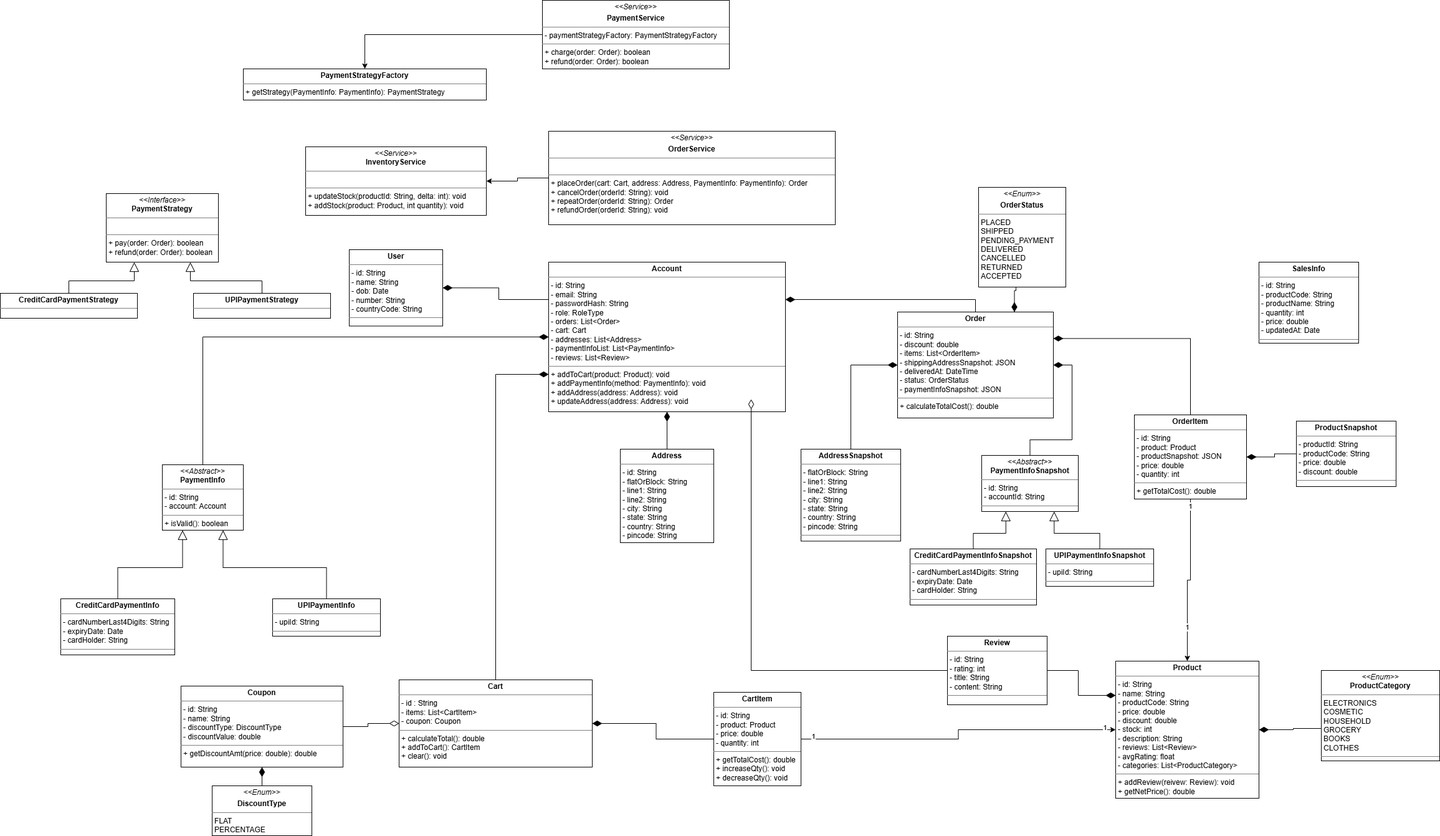
The draw.io diagram uml/class-diagram.png in Prateik-Lohani-07/buystuff, before a commit. Source tidied: cells renumbered, new cells last; positions are measured from the earlier drawing's top-left corner, leaving out a move shared by most shapes.
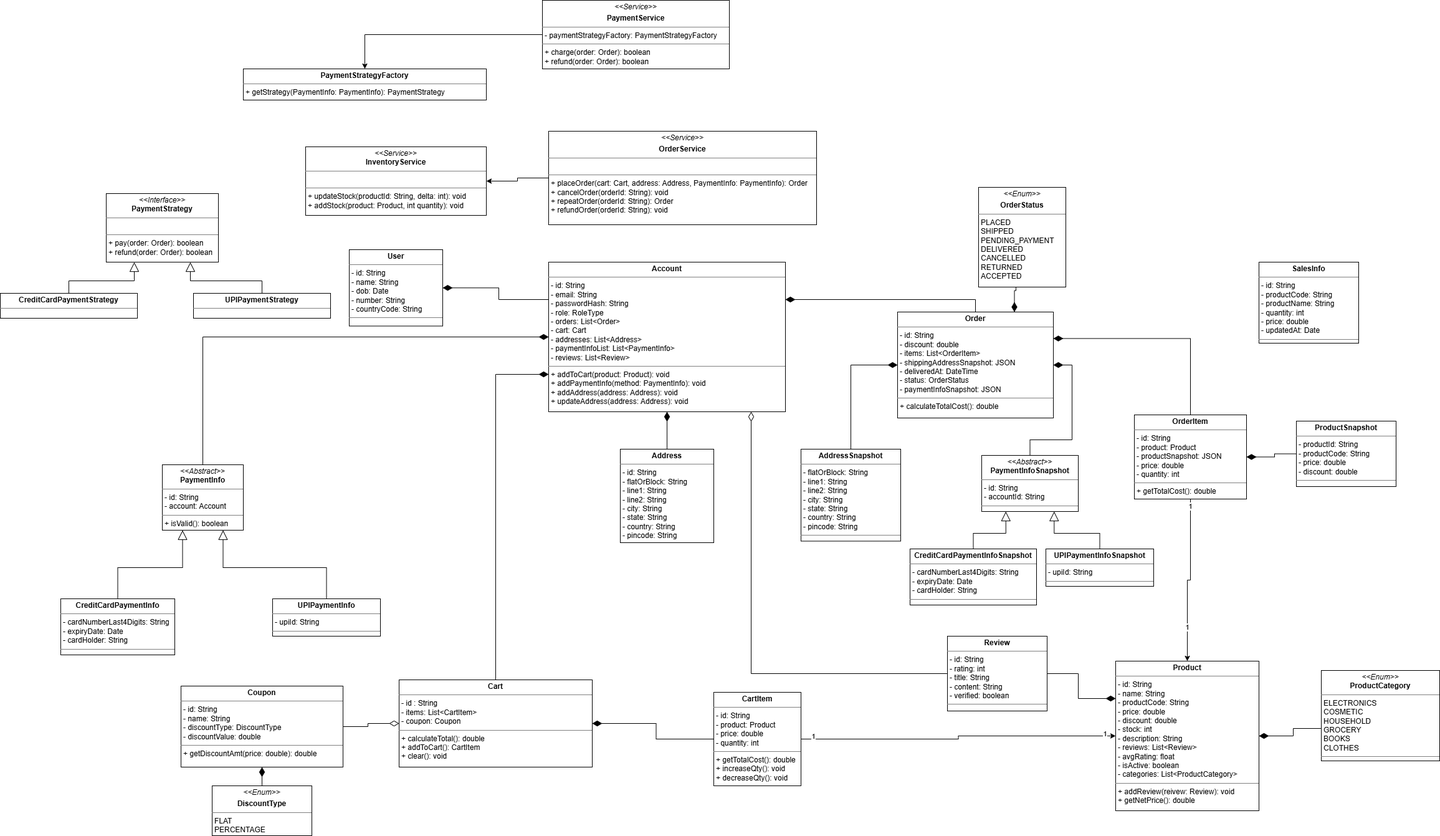
After the commit.

Commit message:
updated: data model and class diagram- added unique indices on category code and order item table

Change to the diagram source:
```diff
@@ -5,8 +5,8 @@
     <mxCell id="2" value="&lt;p style=&quot;margin:0px;margin-top:4px;text-align:center;&quot;&gt;&lt;b&gt;User&lt;/b&gt;&lt;/p&gt;&lt;hr size=&quot;1&quot; style=&quot;border-style:solid;&quot;&gt;&lt;p style=&quot;margin: 0px 0px 0px 4px;&quot;&gt;- id: String&lt;/p&gt;&lt;p style=&quot;margin: 0px 0px 0px 4px;&quot;&gt;- name: String&lt;/p&gt;&lt;p style=&quot;margin: 0px 0px 0px 4px;&quot;&gt;- dob: Date&lt;/p&gt;&lt;p style=&quot;margin: 0px 0px 0px 4px;&quot;&gt;- number: String&lt;/p&gt;&lt;p style=&quot;margin: 0px 0px 0px 4px;&quot;&gt;- countryCode: String&lt;/p&gt;&lt;hr size=&quot;1&quot; style=&quot;border-style:solid;&quot;&gt;&lt;p style=&quot;margin:0px;margin-left:4px;&quot;&gt;&lt;br&gt;&lt;/p&gt;" style="verticalAlign=top;align=left;overflow=fill;html=1;whiteSpace=wrap;" parent="1" vertex="1">
       <mxGeometry x="560" y="400" width="150" height="122.5" as="geometry" />
     </mxCell>
-    <mxCell id="3" value="&lt;p style=&quot;margin:0px;margin-top:4px;text-align:center;&quot;&gt;&lt;b&gt;Product&lt;/b&gt;&lt;/p&gt;&lt;hr size=&quot;1&quot; style=&quot;border-style:solid;&quot;&gt;&lt;p style=&quot;margin: 0px 0px 0px 4px;&quot;&gt;- id: String&lt;/p&gt;&lt;p style=&quot;margin: 0px 0px 0px 4px;&quot;&gt;- name: String&lt;/p&gt;&lt;p style=&quot;margin: 0px 0px 0px 4px;&quot;&gt;- productCode: String&lt;/p&gt;&lt;p style=&quot;margin: 0px 0px 0px 4px;&quot;&gt;- price: double&lt;/p&gt;&lt;p style=&quot;margin: 0px 0px 0px 4px;&quot;&gt;- discount: double&lt;/p&gt;&lt;p style=&quot;margin: 0px 0px 0px 4px;&quot;&gt;- stock: int&lt;/p&gt;&lt;p style=&quot;margin: 0px 0px 0px 4px;&quot;&gt;- description: String&lt;/p&gt;&lt;p style=&quot;margin: 0px 0px 0px 4px;&quot;&gt;- reviews: List&amp;lt;Review&amp;gt;&lt;/p&gt;&lt;p style=&quot;margin: 0px 0px 0px 4px;&quot;&gt;- avgRating: float&lt;/p&gt;&lt;p style=&quot;margin: 0px 0px 0px 4px;&quot;&gt;- categories: List&amp;lt;ProductCategory&amp;gt;&lt;/p&gt;&lt;hr size=&quot;1&quot; style=&quot;border-style:solid;&quot;&gt;&lt;p style=&quot;margin:0px;margin-left:4px;&quot;&gt;&lt;span style=&quot;background-color: transparent; color: light-dark(rgb(0, 0, 0), rgb(255, 255, 255));&quot;&gt;+ addReview(reivew: Review): void&lt;/span&gt;&lt;/p&gt;&lt;p style=&quot;margin:0px;margin-left:4px;&quot;&gt;+ getNetPrice(): double&lt;/p&gt;" style="verticalAlign=top;align=left;overflow=fill;html=1;whiteSpace=wrap;" parent="1" vertex="1">
-      <mxGeometry x="1790" y="1060" width="230" height="220" as="geometry" />
+    <mxCell id="3" value="&lt;p style=&quot;margin:0px;margin-top:4px;text-align:center;&quot;&gt;&lt;b&gt;Product&lt;/b&gt;&lt;/p&gt;&lt;hr size=&quot;1&quot; style=&quot;border-style:solid;&quot;&gt;&lt;p style=&quot;margin: 0px 0px 0px 4px;&quot;&gt;- id: String&lt;/p&gt;&lt;p style=&quot;margin: 0px 0px 0px 4px;&quot;&gt;- name: String&lt;/p&gt;&lt;p style=&quot;margin: 0px 0px 0px 4px;&quot;&gt;- productCode: String&lt;/p&gt;&lt;p style=&quot;margin: 0px 0px 0px 4px;&quot;&gt;- price: double&lt;/p&gt;&lt;p style=&quot;margin: 0px 0px 0px 4px;&quot;&gt;- discount: double&lt;/p&gt;&lt;p style=&quot;margin: 0px 0px 0px 4px;&quot;&gt;- stock: int&lt;/p&gt;&lt;p style=&quot;margin: 0px 0px 0px 4px;&quot;&gt;- description: String&lt;/p&gt;&lt;p style=&quot;margin: 0px 0px 0px 4px;&quot;&gt;- reviews: List&amp;lt;Review&amp;gt;&lt;/p&gt;&lt;p style=&quot;margin: 0px 0px 0px 4px;&quot;&gt;- avgRating: float&lt;/p&gt;&lt;p style=&quot;margin: 0px 0px 0px 4px;&quot;&gt;- isActive: boolean&lt;/p&gt;&lt;p style=&quot;margin: 0px 0px 0px 4px;&quot;&gt;- categories: List&amp;lt;ProductCategory&amp;gt;&lt;/p&gt;&lt;hr size=&quot;1&quot; style=&quot;border-style:solid;&quot;&gt;&lt;p style=&quot;margin:0px;margin-left:4px;&quot;&gt;&lt;span style=&quot;background-color: transparent; color: light-dark(rgb(0, 0, 0), rgb(255, 255, 255));&quot;&gt;+ addReview(reivew: Review): void&lt;/span&gt;&lt;/p&gt;&lt;p style=&quot;margin:0px;margin-left:4px;&quot;&gt;+ getNetPrice(): double&lt;/p&gt;" style="verticalAlign=top;align=left;overflow=fill;html=1;whiteSpace=wrap;" parent="1" vertex="1">
+      <mxGeometry x="1790" y="1060" width="230" height="240" as="geometry" />
     </mxCell>
     <mxCell id="4" style="edgeStyle=orthogonalEdgeStyle;rounded=0;jettySize=auto;html=1;exitX=0.5;exitY=0;exitDx=0;exitDy=0;entryX=1;entryY=0.25;entryDx=0;entryDy=0;endArrow=diamondThin;endFill=1;endSize=13;" parent="1" edge="1" source="5" target="12">
       <mxGeometry relative="1" as="geometry" />
@@ -50,7 +50,7 @@
       <mxGeometry relative="1" as="geometry" />
     </mxCell>
     <mxCell id="17" value="&lt;p style=&quot;margin:0px;margin-top:4px;text-align:center;&quot;&gt;&lt;i&gt;&amp;lt;&amp;lt;Service&amp;gt;&amp;gt;&lt;/i&gt;&lt;/p&gt;&lt;p style=&quot;margin:0px;margin-top:4px;text-align:center;&quot;&gt;&lt;b&gt;OrderService&lt;/b&gt;&lt;/p&gt;&lt;hr size=&quot;1&quot; style=&quot;border-style:solid;&quot;&gt;&lt;p style=&quot;margin:0px;margin-left:4px;&quot;&gt;&lt;br&gt;&lt;/p&gt;&lt;hr size=&quot;1&quot; style=&quot;border-style:solid;&quot;&gt;&lt;p style=&quot;margin: 0px 0px 0px 4px;&quot;&gt;+ placeOrder(cart: Cart, address: Address, PaymentInfo: PaymentInfo): Order&lt;/p&gt;&lt;p style=&quot;margin: 0px 0px 0px 4px;&quot;&gt;+ cancelOrder(orderId: String): void&lt;/p&gt;&lt;p style=&quot;margin: 0px 0px 0px 4px;&quot;&gt;+ repeatOrder(orderId: String): Order&lt;/p&gt;&lt;p style=&quot;margin: 0px 0px 0px 4px;&quot;&gt;+ refundOrder(orderId: String): void&lt;/p&gt;&lt;p style=&quot;margin: 0px 0px 0px 4px;&quot;&gt;&lt;br&gt;&lt;/p&gt;&lt;p style=&quot;margin: 0px 0px 0px 4px;&quot;&gt;&lt;br&gt;&lt;/p&gt;" style="verticalAlign=top;align=left;overflow=fill;html=1;whiteSpace=wrap;" parent="1" vertex="1">
-      <mxGeometry x="880" y="210" width="460" height="150" as="geometry" />
+      <mxGeometry x="880" y="210" width="430" height="150" as="geometry" />
     </mxCell>
     <mxCell id="18" value="&lt;p style=&quot;margin:0px;margin-top:4px;text-align:center;&quot;&gt;&lt;i&gt;&amp;lt;&amp;lt;Service&amp;gt;&amp;gt;&lt;/i&gt;&lt;br&gt;&lt;span style=&quot;text-align: left;&quot;&gt;&lt;b&gt;InventoryService&lt;/b&gt;&lt;/span&gt;&lt;/p&gt;&lt;hr size=&quot;1&quot; style=&quot;border-style:solid;&quot;&gt;&lt;p style=&quot;margin:0px;margin-left:4px;&quot;&gt;&lt;br&gt;&lt;/p&gt;&lt;hr size=&quot;1&quot; style=&quot;border-style:solid;&quot;&gt;&lt;p style=&quot;margin:0px;margin-left:4px;&quot;&gt;+ updateStock(productId: String, delta: int): void&lt;/p&gt;&lt;p style=&quot;margin:0px;margin-left:4px;&quot;&gt;+ addStock(product: Product, int quantity): void&lt;/p&gt;" style="verticalAlign=top;align=left;overflow=fill;html=1;whiteSpace=wrap;" parent="1" vertex="1">
       <mxGeometry x="490" y="235" width="290" height="110" as="geometry" />
@@ -141,8 +141,8 @@
     <mxCell id="46" style="edgeStyle=orthogonalEdgeStyle;rounded=0;jettySize=auto;html=1;exitX=1;exitY=0.5;exitDx=0;exitDy=0;entryX=0;entryY=0.25;entryDx=0;entryDy=0;endArrow=diamondThin;endFill=1;endSize=13;" parent="1" edge="1" source="47" target="3">
       <mxGeometry relative="1" as="geometry" />
     </mxCell>
-    <mxCell id="47" value="&lt;p style=&quot;margin:0px;margin-top:4px;text-align:center;&quot;&gt;&lt;b&gt;Review&lt;/b&gt;&lt;/p&gt;&lt;hr size=&quot;1&quot; style=&quot;border-style:solid;&quot;&gt;&lt;p style=&quot;margin:0px;margin-left:4px;&quot;&gt;- id: String&lt;/p&gt;&lt;p style=&quot;margin:0px;margin-left:4px;&quot;&gt;- rating: int&lt;/p&gt;&lt;p style=&quot;margin:0px;margin-left:4px;&quot;&gt;- title: String&lt;/p&gt;&lt;p style=&quot;margin:0px;margin-left:4px;&quot;&gt;- content: String&lt;/p&gt;&lt;hr size=&quot;1&quot; style=&quot;border-style:solid;&quot;&gt;&lt;p style=&quot;margin:0px;margin-left:4px;&quot;&gt;&lt;br&gt;&lt;/p&gt;" style="verticalAlign=top;align=left;overflow=fill;html=1;whiteSpace=wrap;" parent="1" vertex="1">
-      <mxGeometry x="1520" y="1020" width="160" height="110" as="geometry" />
+    <mxCell id="47" value="&lt;p style=&quot;margin:0px;margin-top:4px;text-align:center;&quot;&gt;&lt;b&gt;Review&lt;/b&gt;&lt;/p&gt;&lt;hr size=&quot;1&quot; style=&quot;border-style:solid;&quot;&gt;&lt;p style=&quot;margin:0px;margin-left:4px;&quot;&gt;- id: String&lt;/p&gt;&lt;p style=&quot;margin:0px;margin-left:4px;&quot;&gt;- rating: int&lt;/p&gt;&lt;p style=&quot;margin:0px;margin-left:4px;&quot;&gt;- title: String&lt;/p&gt;&lt;p style=&quot;margin:0px;margin-left:4px;&quot;&gt;- content: String&lt;/p&gt;&lt;p style=&quot;margin:0px;margin-left:4px;&quot;&gt;- verified: boolean&lt;/p&gt;&lt;hr size=&quot;1&quot; style=&quot;border-style:solid;&quot;&gt;&lt;p style=&quot;margin:0px;margin-left:4px;&quot;&gt;&lt;br&gt;&lt;/p&gt;" style="verticalAlign=top;align=left;overflow=fill;html=1;whiteSpace=wrap;" parent="1" vertex="1">
+      <mxGeometry x="1520" y="1020" width="160" height="120" as="geometry" />
     </mxCell>
     <mxCell id="48" value="&lt;p style=&quot;margin:0px;margin-top:4px;text-align:center;&quot;&gt;&lt;b&gt;SalesInfo&lt;/b&gt;&lt;/p&gt;&lt;hr size=&quot;1&quot; style=&quot;border-style:solid;&quot;&gt;&lt;p style=&quot;margin:0px;margin-left:4px;&quot;&gt;- id: String&lt;/p&gt;&lt;p style=&quot;margin:0px;margin-left:4px;&quot;&gt;- productCode: String&lt;/p&gt;&lt;p style=&quot;margin:0px;margin-left:4px;&quot;&gt;- productName: String&lt;/p&gt;&lt;p style=&quot;margin:0px;margin-left:4px;&quot;&gt;- quantity: int&lt;/p&gt;&lt;p style=&quot;margin:0px;margin-left:4px;&quot;&gt;- price: double&lt;/p&gt;&lt;p style=&quot;margin:0px;margin-left:4px;&quot;&gt;- updatedAt: Date&lt;/p&gt;&lt;hr size=&quot;1&quot; style=&quot;border-style:solid;&quot;&gt;&lt;p style=&quot;margin:0px;margin-left:4px;&quot;&gt;&lt;br&gt;&lt;/p&gt;" style="verticalAlign=top;align=left;overflow=fill;html=1;whiteSpace=wrap;" parent="1" vertex="1">
       <mxGeometry x="2020" y="420" width="160" height="130" as="geometry" />
@@ -155,7 +155,7 @@
     </mxCell>
     <mxCell id="51" style="edgeStyle=orthogonalEdgeStyle;rounded=0;jettySize=auto;html=1;exitX=0;exitY=0.5;exitDx=0;exitDy=0;endArrow=diamondThin;endFill=0;endSize=13;" parent="1" edge="1" source="47">
       <mxGeometry relative="1" as="geometry">
-        <mxPoint x="1205" y="640" as="targetPoint" />
+        <mxPoint x="1205" y="660" as="targetPoint" />
       </mxGeometry>
     </mxCell>
     <mxCell id="52" style="edgeStyle=orthogonalEdgeStyle;rounded=0;jettySize=auto;html=1;exitX=0.5;exitY=0;exitDx=0;exitDy=0;entryX=0;entryY=0.5;entryDx=0;entryDy=0;endArrow=diamondThin;endFill=1;endSize=13;" parent="1" edge="1" source="53" target="5">
```
